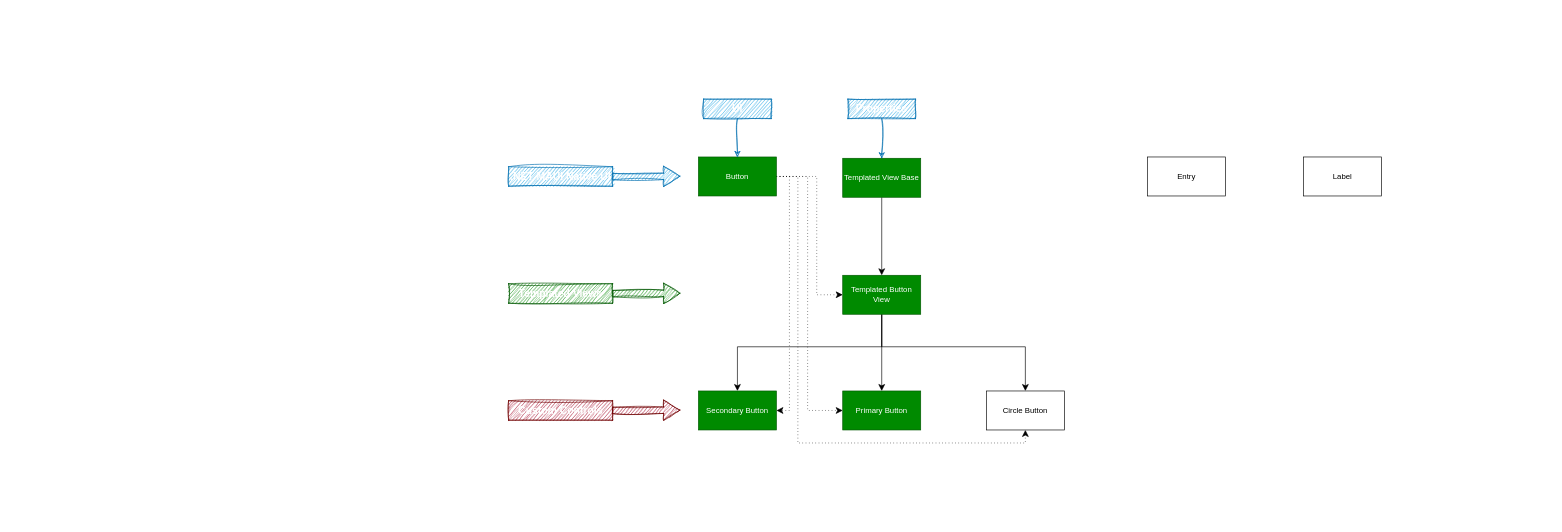
The draw.io diagram docs/designs/Controls/SLO.MobileApp.Controls.drawio in mohielamin/SLO.MobileApp, before the edit. Source tidied: cells renumbered, new cells numbered last; positions are measured from the earlier drawing's top-left corner, leaving out a move shared by most shapes. Both pictures are drawn from the tidied source at 65%, with x=0, y=0 at pixel (508, 99).
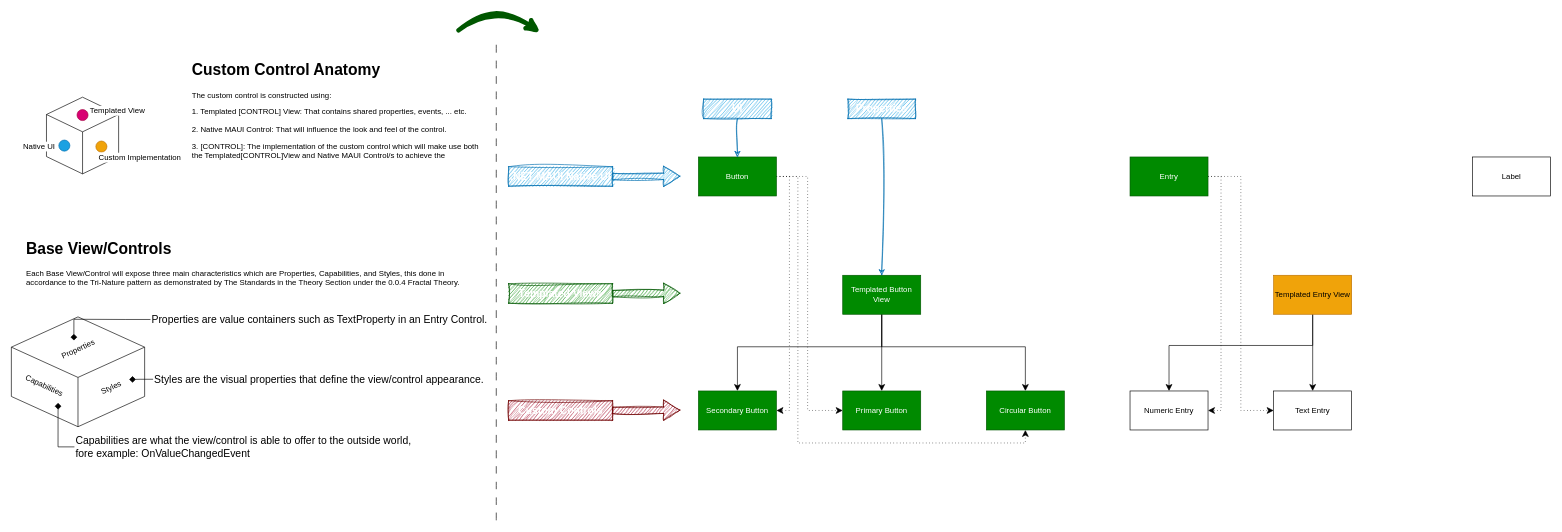
After the change.

Unchanged cells that the change refers to:
```xml
<mxCell id="11" value="Button" style="rounded=0;whiteSpace=wrap;html=1;fillColor=#008a00;fontColor=#ffffff;strokeColor=#005700;" parent="1" vertex="1">
  <mxGeometry x="292" y="89" width="120" height="60" as="geometry" />
</mxCell>
<mxCell id="16" value="Templated Button View" style="rounded=0;whiteSpace=wrap;html=1;fillColor=#008a00;fontColor=#ffffff;strokeColor=#005700;" parent="1" vertex="1">
  <mxGeometry x="514" y="271" width="120" height="60" as="geometry" />
</mxCell>
<mxCell id="25" value="Properties" style="text;html=1;whiteSpace=wrap;strokeColor=#006EAF;fillColor=#1ba1e2;align=center;verticalAlign=middle;rounded=0;fontSize=16;fontFamily=Helvetica;fontColor=#ffffff;labelBackgroundColor=none;sketch=1;curveFitting=1;jiggle=2;fontStyle=1;" parent="1" vertex="1">
  <mxGeometry x="522" width="104" height="30" as="geometry" />
</mxCell>
```

The edit, as a diff of the source:
```diff
@@
-    <mxCell id="10" style="edgeStyle=orthogonalEdgeStyle;shape=connector;rounded=0;jettySize=auto;html=1;entryX=0;entryY=0.5;entryDx=0;entryDy=0;strokeColor=default;align=center;verticalAlign=middle;fontFamily=Helvetica;fontSize=12;fontColor=default;labelBackgroundColor=default;startSize=8;endArrow=classic;endSize=8;dashed=1;dashPattern=1 4;" parent="1" edge="1" source="11" target="16">
-      <mxGeometry relative="1" as="geometry">
-        <Array as="points">
-          <mxPoint x="474" y="119" />
-          <mxPoint x="474" y="301" />
-        </Array>
-      </mxGeometry>
-    </mxCell>
@@
+    <mxCell id="28" style="edgeStyle=orthogonalEdgeStyle;shape=connector;rounded=0;jettySize=auto;html=1;strokeColor=default;align=center;verticalAlign=middle;fontFamily=Helvetica;fontSize=12;fontColor=default;labelBackgroundColor=default;startSize=8;endArrow=classic;endSize=8;" parent="1" edge="1" source="18" target="30">
+      <mxGeometry relative="1" as="geometry">
+        <Array as="points">
+          <mxPoint x="1237" y="379" />
+          <mxPoint x="1016" y="379" />
+        </Array>
+      </mxGeometry>
+    </mxCell>
+    <mxCell id="29" style="edgeStyle=orthogonalEdgeStyle;shape=connector;rounded=0;jettySize=auto;html=1;strokeColor=default;align=center;verticalAlign=middle;fontFamily=Helvetica;fontSize=12;fontColor=default;labelBackgroundColor=default;startSize=8;endArrow=classic;endSize=8;" parent="1" edge="1" source="18" target="31">
+      <mxGeometry relative="1" as="geometry" />
+    </mxCell>
-    <mxCell id="18" value="Entry" style="rounded=0;whiteSpace=wrap;html=1;" parent="1" vertex="1">
-      <mxGeometry x="983" y="89" width="120" height="60" as="geometry" />
+    <mxCell id="18" value="Templated Entry View" style="rounded=0;whiteSpace=wrap;html=1;fillColor=#f0a30a;fontColor=#000000;strokeColor=#BD7000;" parent="1" vertex="1">
+      <mxGeometry x="1177" y="271" width="120" height="60" as="geometry" />
     </mxCell>
     <mxCell id="19" value="Label" style="rounded=0;whiteSpace=wrap;html=1;" parent="1" vertex="1">
-      <mxGeometry x="1223" y="89" width="120" height="60" as="geometry" />
+      <mxGeometry x="1483" y="89" width="120" height="60" as="geometry" />
     </mxCell>
-    <mxCell id="20" value="Circle Button" style="whiteSpace=wrap;html=1;rounded=0;" parent="1" vertex="1">
+    <mxCell id="20" value="Circular Button" style="whiteSpace=wrap;html=1;rounded=0;fillColor=#008a00;fontColor=#ffffff;strokeColor=#005700;" parent="1" vertex="1">
       <mxGeometry x="735" y="449" width="120" height="60" as="geometry" />
     </mxCell>
@@
-    <mxCell id="22" style="edgeStyle=orthogonalEdgeStyle;rounded=0;jettySize=auto;html=1;entryX=0.5;entryY=0;entryDx=0;entryDy=0;fontSize=12;startSize=8;endSize=8;" parent="1" edge="1" source="23" target="16">
-      <mxGeometry relative="1" as="geometry" />
-    </mxCell>
-    <mxCell id="23" value="Templated View Base" style="rounded=0;whiteSpace=wrap;html=1;fillColor=#008a00;fontColor=#ffffff;strokeColor=#005700;" parent="1" vertex="1">
-      <mxGeometry x="514" y="91" width="120" height="60" as="geometry" />
-    </mxCell>
-    <mxCell id="24" style="shape=connector;rounded=0;jettySize=auto;html=1;strokeColor=#006EAF;align=center;verticalAlign=middle;fontFamily=Helvetica;fontSize=16;fontColor=#ffffff;labelBackgroundColor=none;sketch=1;jiggle=2;curveFitting=1;fontStyle=1;fillColor=#1ba1e2;gradientColor=none;" parent="1" edge="1" source="25" target="23">
+    <mxCell id="24" style="shape=connector;rounded=0;jettySize=auto;html=1;strokeColor=#006EAF;align=center;verticalAlign=middle;fontFamily=Helvetica;fontSize=16;fontColor=#ffffff;labelBackgroundColor=none;sketch=1;jiggle=2;curveFitting=1;fontStyle=1;fillColor=#1ba1e2;gradientColor=none;edgeStyle=orthogonalEdgeStyle;" parent="1" edge="1" source="25" target="16">
       <mxGeometry relative="1" as="geometry" />
     </mxCell>
@@
+    <mxCell id="30" value="Numeric Entry" style="rounded=0;whiteSpace=wrap;html=1;" parent="1" vertex="1">
+      <mxGeometry x="956" y="449" width="120" height="60" as="geometry" />
+    </mxCell>
+    <mxCell id="31" value="Text Entry" style="rounded=0;whiteSpace=wrap;html=1;" parent="1" vertex="1">
+      <mxGeometry x="1177" y="449" width="120" height="60" as="geometry" />
+    </mxCell>
+    <mxCell id="32" style="edgeStyle=orthogonalEdgeStyle;shape=connector;rounded=0;jettySize=auto;html=1;entryX=1;entryY=0.5;entryDx=0;entryDy=0;strokeColor=default;align=center;verticalAlign=middle;fontFamily=Helvetica;fontSize=12;fontColor=default;labelBackgroundColor=default;startSize=8;endArrow=classic;endSize=8;dashed=1;dashPattern=1 4;" parent="1" edge="1" source="34" target="30">
+      <mxGeometry relative="1" as="geometry">
+        <Array as="points">
+          <mxPoint x="1096" y="119" />
+          <mxPoint x="1096" y="479" />
+        </Array>
+      </mxGeometry>
+    </mxCell>
+    <mxCell id="33" style="edgeStyle=orthogonalEdgeStyle;shape=connector;rounded=0;jettySize=auto;html=1;entryX=0;entryY=0.5;entryDx=0;entryDy=0;strokeColor=default;align=center;verticalAlign=middle;fontFamily=Helvetica;fontSize=12;fontColor=default;labelBackgroundColor=default;startSize=8;endArrow=classic;endSize=8;dashed=1;dashPattern=1 4;" parent="1" edge="1" source="34" target="31">
+      <mxGeometry relative="1" as="geometry" />
+    </mxCell>
+    <mxCell id="34" value="Entry" style="rounded=0;whiteSpace=wrap;html=1;fillColor=#008a00;fontColor=#ffffff;strokeColor=#005700;" parent="1" vertex="1">
+      <mxGeometry x="956" y="89" width="120" height="60" as="geometry" />
+    </mxCell>
+    <mxCell id="35" style="html=1;shape=mxgraph.basic.isocube;isoAngle=15;" parent="1" vertex="1">
+      <mxGeometry x="-711" y="-3" width="111" height="118" as="geometry" />
+    </mxCell>
+    <mxCell id="36" style="ellipse;whiteSpace=wrap;html=1;fontFamily=Helvetica;fontSize=12;fontColor=#ffffff;labelBackgroundColor=default;fillColor=#1ba1e2;strokeColor=#006EAF;" parent="1" vertex="1">
+      <mxGeometry x="-692" y="63" width="17" height="17" as="geometry" />
+    </mxCell>
+    <mxCell id="37" value="Native UI" style="text;html=1;whiteSpace=wrap;strokeColor=none;fillColor=none;align=center;verticalAlign=middle;rounded=0;fontFamily=Helvetica;fontSize=12;fontColor=default;labelBackgroundColor=default;" parent="1" vertex="1">
+      <mxGeometry x="-752" y="58" width="60" height="30" as="geometry" />
+    </mxCell>
+    <mxCell id="38" style="ellipse;whiteSpace=wrap;html=1;fontFamily=Helvetica;fontSize=12;fontColor=#ffffff;labelBackgroundColor=default;fillColor=#d80073;strokeColor=#A50040;" parent="1" vertex="1">
+      <mxGeometry x="-664" y="16" width="17" height="17" as="geometry" />
+    </mxCell>
+    <mxCell id="39" value="Templated View" style="text;html=1;whiteSpace=wrap;strokeColor=none;fillColor=none;align=center;verticalAlign=middle;rounded=0;fontFamily=Helvetica;fontSize=12;fontColor=default;labelBackgroundColor=default;" parent="1" vertex="1">
+      <mxGeometry x="-645" y="3" width="87" height="30" as="geometry" />
+    </mxCell>
+    <mxCell id="40" style="ellipse;whiteSpace=wrap;html=1;fontFamily=Helvetica;fontSize=12;fontColor=#000000;labelBackgroundColor=default;fillColor=#f0a30a;strokeColor=#BD7000;" parent="1" vertex="1">
+      <mxGeometry x="-635" y="64.5" width="17" height="17" as="geometry" />
+    </mxCell>
+    <mxCell id="41" value="Custom Implementation" style="text;html=1;whiteSpace=wrap;strokeColor=none;fillColor=none;align=center;verticalAlign=middle;rounded=0;fontFamily=Helvetica;fontSize=12;fontColor=default;labelBackgroundColor=default;" parent="1" vertex="1">
+      <mxGeometry x="-635" y="75" width="136" height="30" as="geometry" />
+    </mxCell>
+    <mxCell id="42" value="&lt;h1 style=&quot;margin-top: 0px;&quot;&gt;Custom Control Anatomy&lt;/h1&gt;&lt;p&gt;The custom control is constructed using:&lt;/p&gt;&lt;p&gt;1. Templated [CONTROL] View: That contains shared properties, events, ... etc.&amp;nbsp;&lt;/p&gt;&lt;p&gt;2. Native MAUI Control: That will influence the look and feel of the control.&lt;/p&gt;&lt;p&gt;3. [CONTROL]: The implementation of the custom control which will make use both the Templated[CONTROL]View and Native MAUI Control/s to achieve the&amp;nbsp;&amp;nbsp;&lt;/p&gt;" style="text;html=1;whiteSpace=wrap;overflow=hidden;rounded=0;fontFamily=Helvetica;fontSize=12;fontColor=default;labelBackgroundColor=default;" parent="1" vertex="1">
+      <mxGeometry x="-489" y="-65" width="463" height="218" as="geometry" />
+    </mxCell>
+    <mxCell id="43" style="endArrow=none;html=1;rounded=0;fontSize=12;startSize=8;endSize=8;curved=1;dashed=1;dashPattern=12 12;" parent="1" edge="1">
+      <mxGeometry relative="1" as="geometry">
+        <mxPoint x="-19" y="648" as="sourcePoint" />
+        <mxPoint x="-19" y="-96" as="targetPoint" />
+      </mxGeometry>
+    </mxCell>
+    <mxCell id="44" style="html=1;shape=mxgraph.basic.isocube;isoAngle=14.22;" parent="1" vertex="1">
+      <mxGeometry x="-765" y="335" width="205" height="169" as="geometry" />
+    </mxCell>
+    <mxCell id="45" value="Properties" style="text;html=1;whiteSpace=wrap;strokeColor=none;fillColor=none;align=center;verticalAlign=middle;rounded=0;rotation=-25;" parent="1" vertex="1">
+      <mxGeometry x="-692.5" y="370" width="60" height="30" as="geometry" />
+    </mxCell>
+    <mxCell id="46" value="Capabilities" style="text;html=1;whiteSpace=wrap;strokeColor=none;fillColor=none;align=center;verticalAlign=middle;rounded=0;rotation=25;" parent="1" vertex="1">
+      <mxGeometry x="-744" y="426" width="60" height="30" as="geometry" />
+    </mxCell>
+    <mxCell id="47" value="Styles" style="text;html=1;whiteSpace=wrap;strokeColor=none;fillColor=none;align=center;verticalAlign=middle;rounded=0;rotation=-25;" parent="1" vertex="1">
+      <mxGeometry x="-641" y="429" width="60" height="30" as="geometry" />
+    </mxCell>
+    <mxCell id="48" value="&lt;h1 style=&quot;margin-top: 0px;&quot;&gt;Base View/Controls&lt;/h1&gt;&lt;p&gt;Each Base View/Control will expose three main characteristics which are Properties, Capabilities, and Styles, this done in accordance to the Tri-Nature pattern as demonstrated by The Standards in the Theory Section under the 0.0.4 Fractal Theory.&lt;/p&gt;" style="text;html=1;whiteSpace=wrap;overflow=hidden;rounded=0;" parent="1" vertex="1">
+      <mxGeometry x="-744" y="210" width="702.5" height="99" as="geometry" />
+    </mxCell>
+    <mxCell id="49" style="edgeStyle=orthogonalEdgeStyle;rounded=0;jettySize=auto;html=1;entryX=0.5;entryY=0;entryDx=0;entryDy=0;fontSize=12;startSize=8;endSize=8;endArrow=diamond;endFill=1;" parent="1" edge="1" source="50" target="45">
+      <mxGeometry relative="1" as="geometry" />
+    </mxCell>
+    <mxCell id="50" value="Properties are value containers such as TextProperty in an Entry Control." style="text;html=1;whiteSpace=wrap;strokeColor=none;fillColor=none;align=left;verticalAlign=middle;rounded=0;fontSize=16;" parent="1" vertex="1">
+      <mxGeometry x="-551" y="324" width="524" height="30" as="geometry" />
+    </mxCell>
+    <mxCell id="51" style="edgeStyle=orthogonalEdgeStyle;rounded=0;jettySize=auto;html=1;entryX=1;entryY=0.5;entryDx=0;entryDy=0;fontSize=12;startSize=8;endSize=8;endArrow=diamond;endFill=1;" parent="1" edge="1" source="52" target="47">
+      <mxGeometry relative="1" as="geometry" />
+    </mxCell>
+    <mxCell id="52" value="Styles are the visual properties that define the view/control appearance." style="text;html=1;whiteSpace=wrap;strokeColor=none;fillColor=none;align=left;verticalAlign=middle;rounded=0;fontSize=16;" parent="1" vertex="1">
+      <mxGeometry x="-547" y="416" width="524" height="30" as="geometry" />
+    </mxCell>
+    <mxCell id="53" style="edgeStyle=orthogonalEdgeStyle;rounded=0;jettySize=auto;html=1;entryX=1;entryY=1;entryDx=0;entryDy=0;fontSize=12;startSize=8;endSize=8;endArrow=diamond;endFill=1;" parent="1" edge="1" source="54" target="46">
+      <mxGeometry relative="1" as="geometry" />
+    </mxCell>
+    <mxCell id="54" value="Capabilities are what the view/control is able to offer to the outside world, fore example: OnValueChangedEvent" style="text;html=1;whiteSpace=wrap;strokeColor=none;fillColor=none;align=left;verticalAlign=middle;rounded=0;fontSize=16;" parent="1" vertex="1">
+      <mxGeometry x="-668" y="520" width="524" height="30" as="geometry" />
+    </mxCell>
+    <mxCell id="55" style="endArrow=classic;html=1;rounded=0;fontSize=12;startSize=8;endSize=8;curved=1;fillColor=#008a00;strokeColor=#005700;strokeWidth=7;sketch=1;curveFitting=1;jiggle=2;" parent="1" edge="1">
+      <mxGeometry relative="1" as="geometry">
+        <mxPoint x="-77" y="-106" as="sourcePoint" />
+        <mxPoint x="49" y="-102" as="targetPoint" />
+        <Array as="points">
+          <mxPoint x="-20" y="-151" />
+        </Array>
+      </mxGeometry>
+    </mxCell>
```
